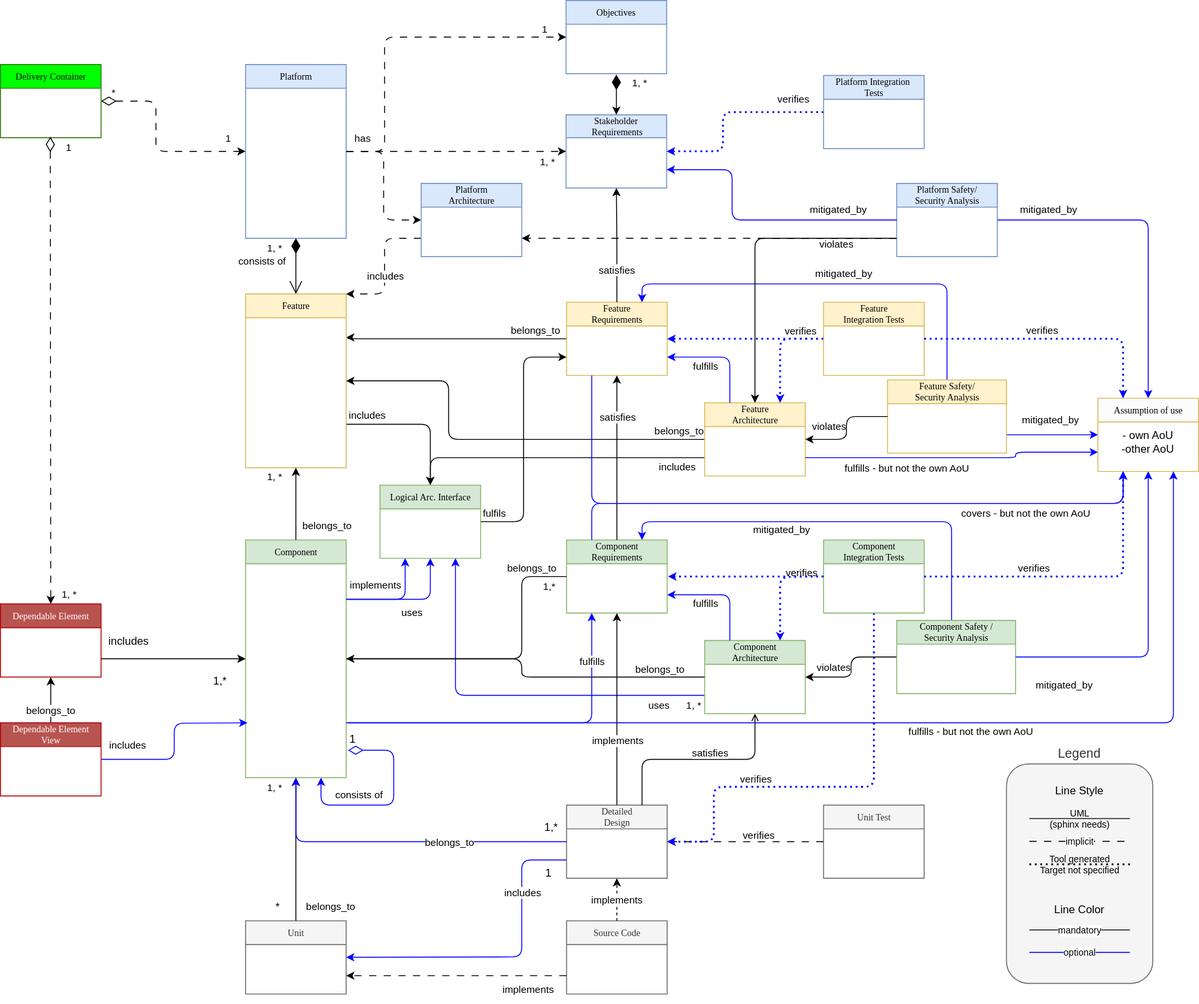
Above: pr-654/_images/score_building_blocks_meta_model.drawio.svg in eclipse-score/process_description (draw.io), before the change. Source tidied: cells renumbered, new cells last; positions are measured from the earlier drawing's top-left corner, leaving out a move shared by most shapes.
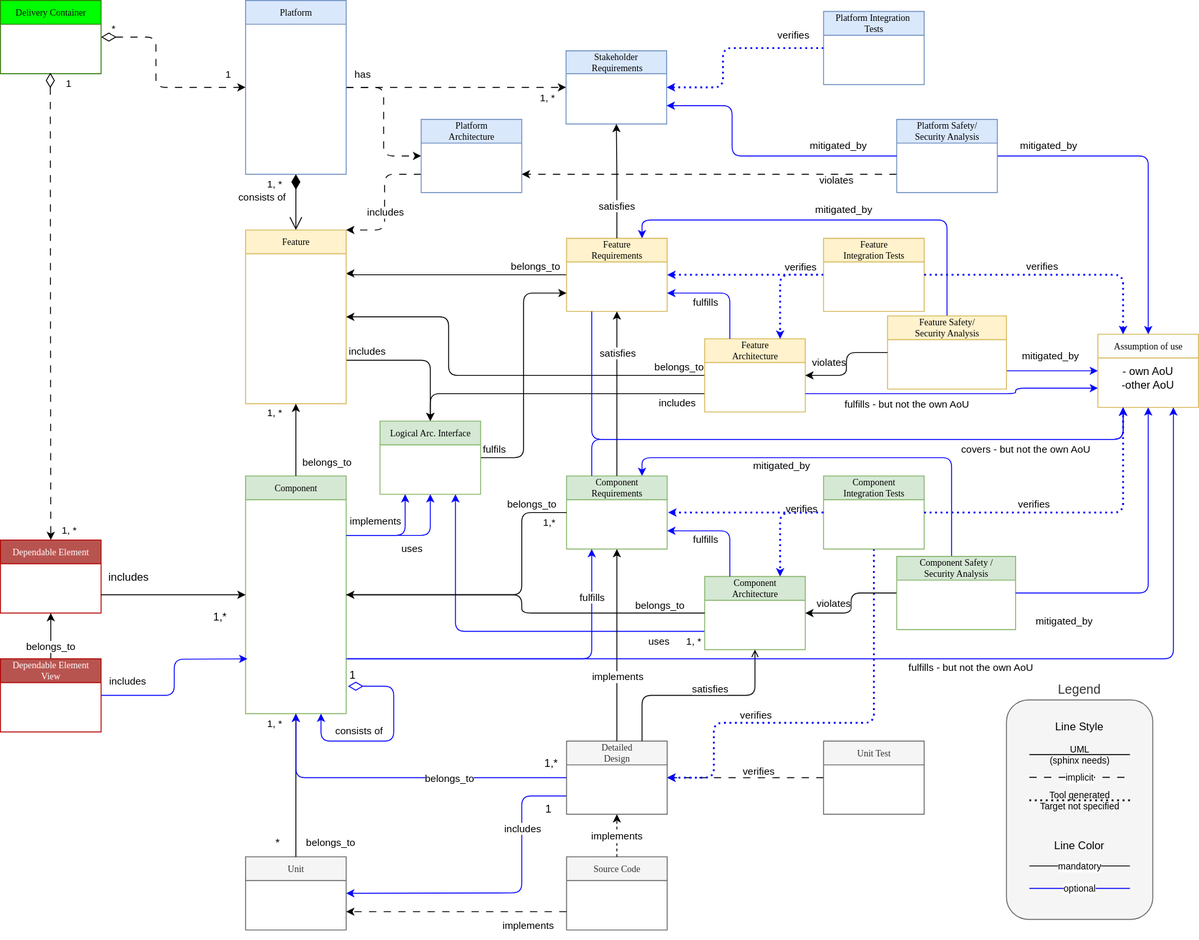
Later version of the same file.

The edit, as a diff of the source:
```diff
@@ -155,29 +155,6 @@
         <mxPoint x="-91" y="-159" as="offset" />
       </mxGeometry>
     </mxCell>
-    <mxCell id="38" value="Objectives" style="swimlane;html=1;fontStyle=0;horizontal=1;startSize=26;fillColor=#dae8fc;swimlaneFillColor=#ffffff;rounded=0;shadow=0;comic=0;labelBackgroundColor=none;strokeWidth=1;fontFamily=Verdana;fontSize=10;align=center;strokeColor=#6c8ebf;" parent="1" vertex="1">
-      <mxGeometry x="618.5" width="110" height="80" as="geometry" />
-    </mxCell>
-    <mxCell id="39" style="edgeStyle=orthogonalEdgeStyle;rounded=1;jettySize=auto;html=1;entryX=0;entryY=0.5;entryDx=0;entryDy=0;exitX=1;exitY=0.5;exitDx=0;exitDy=0;curved=0;dashed=1;dashPattern=8 8;" parent="1" edge="1" source="33" target="38">
-      <mxGeometry relative="1" as="geometry">
-        <Array as="points">
-          <mxPoint x="420" y="165" />
-          <mxPoint x="420" y="40" />
-        </Array>
-      </mxGeometry>
-    </mxCell>
-    <mxCell id="40" value="1" style="edgeLabel;html=1;align=center;verticalAlign=bottom;" parent="39" vertex="1">
-      <mxGeometry x="0.87" relative="1" as="geometry" />
-    </mxCell>
-    <mxCell id="41" value="1, *" style="endArrow=classic;html=1;endSize=6;startArrow=diamondThin;startSize=14;startFill=1;edgeStyle=orthogonalEdgeStyle;align=left;verticalAlign=bottom;rounded=0;entryX=0.5;entryY=0;entryDx=0;entryDy=0;endFill=1;" parent="1" edge="1" target="27">
-      <mxGeometry x="-0.2" y="16" relative="1" as="geometry">
-        <mxPoint x="673.5" y="81" as="sourcePoint" />
-        <Array as="points">
-          <mxPoint x="674" y="106" />
-          <mxPoint x="673" y="125" />
-        </Array>
-      </mxGeometry>
-    </mxCell>
     <mxCell id="42" value="uses" style="edgeStyle=orthogonalEdgeStyle;html=1;exitX=0;exitY=0.75;exitDx=0;exitDy=0;entryX=0.75;entryY=1;entryDx=0;entryDy=0;strokeColor=#0000FF;verticalAlign=top;spacing=0;" parent="1" edge="1" source="43" target="104">
       <mxGeometry x="-0.76" relative="1" as="geometry" />
     </mxCell>
@@ -460,13 +437,6 @@
         <mxPoint x="55" y="-142" as="offset" />
       </mxGeometry>
     </mxCell>
-    <mxCell id="101" style="edgeStyle=orthogonalEdgeStyle;rounded=1;jettySize=auto;html=1;entryX=0.5;entryY=0;entryDx=0;entryDy=0;exitX=0;exitY=0.75;exitDx=0;exitDy=0;curved=0;" parent="1" edge="1" source="98" target="15">
-      <mxGeometry relative="1" as="geometry">
-        <Array as="points">
-          <mxPoint x="825" y="260" />
-        </Array>
-      </mxGeometry>
-    </mxCell>
     <mxCell id="102" value="violates" style="edgeLabel;html=1;align=center;verticalAlign=middle;labelBackgroundColor=none;" parent="1" vertex="1">
       <mxGeometry x="950" y="510" as="geometry">
         <mxPoint x="-37" y="-244" as="offset" />
```
